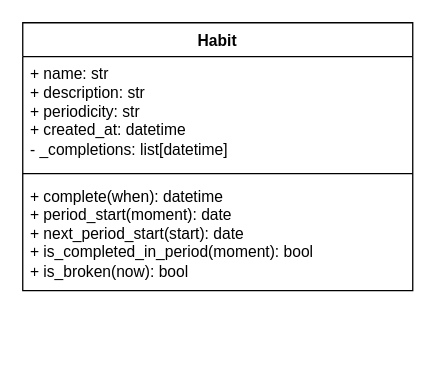
Above: OO & FP with Python - Figure 2 - Updated.drawio in Matasem-h/SimpleFlowcharts (draw.io), before the change. Source tidied: cells renumbered, new cells numbered last; positions are measured from the earlier drawing's top-left corner, leaving out a move shared by most shapes. Both pictures are drawn from the tidied source at 130%, with x=0, y=0 at pixel (22, 22).
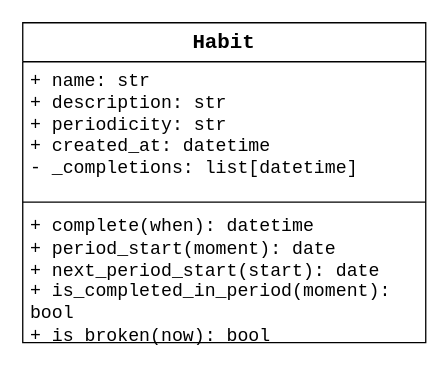
Above is the later version.

Diff of the diagram source:
```diff
@@
 <mxGraphModel>
   <root>
     <mxCell id="0" />
     <mxCell id="1" parent="0" />
-    <mxCell id="2" value="Habit" style="swimlane;fontStyle=1;align=center;verticalAlign=top;horizontal=1;startSize=26;whiteSpace=wrap;html=1;" parent="1" vertex="1">
-      <mxGeometry width="300" height="206" as="geometry" />
+    <mxCell id="2" value="&lt;div align=&quot;center&quot;&gt;&lt;font face=&quot;Consolas&quot; style=&quot;font-size: 16px;&quot;&gt;Habit&lt;/font&gt;&lt;/div&gt;" style="swimlane;fontStyle=1;align=center;verticalAlign=top;horizontal=1;startSize=30;whiteSpace=wrap;html=1;rounded=0;" parent="1" vertex="1">
+      <mxGeometry width="310" height="246" as="geometry" />
     </mxCell>
-    <mxCell id="3" value="&lt;div&gt;+ name: str&lt;/div&gt;&lt;div&gt;+ description: str&lt;/div&gt;&lt;div&gt;+ periodicity: str&lt;/div&gt;&lt;div&gt;+ created_at: datetime&lt;/div&gt;&lt;div&gt;- _completions: list[datetime]&lt;/div&gt;" style="text;strokeColor=none;fillColor=none;align=left;verticalAlign=top;spacingLeft=4;spacingRight=4;overflow=hidden;whiteSpace=wrap;html=1;" parent="2" vertex="1">
-      <mxGeometry y="26" width="300" height="86" as="geometry" />
+    <mxCell id="3" value="&lt;div&gt;&lt;font style=&quot;font-size: 14px;&quot; face=&quot;Consolas&quot;&gt;+ name: str&lt;/font&gt;&lt;/div&gt;&lt;div&gt;&lt;font style=&quot;font-size: 14px;&quot; face=&quot;Consolas&quot;&gt;+ description: str&lt;/font&gt;&lt;/div&gt;&lt;div&gt;&lt;font style=&quot;font-size: 14px;&quot; face=&quot;Consolas&quot;&gt;+ periodicity: str&lt;/font&gt;&lt;/div&gt;&lt;div&gt;&lt;font style=&quot;font-size: 14px;&quot; face=&quot;Consolas&quot;&gt;+ created_at: datetime&lt;/font&gt;&lt;/div&gt;&lt;div&gt;&lt;font style=&quot;font-size: 14px;&quot; face=&quot;Consolas&quot;&gt;- _completions: list[datetime]&lt;/font&gt;&lt;/div&gt;" style="text;strokeColor=none;fillColor=none;align=left;verticalAlign=top;spacingLeft=4;spacingRight=4;overflow=hidden;whiteSpace=wrap;html=1;rounded=0;" parent="2" vertex="1">
+      <mxGeometry y="30" width="310" height="104" as="geometry" />
     </mxCell>
-    <mxCell id="4" style="line;strokeWidth=1;fillColor=none;align=left;verticalAlign=middle;spacingTop=-1;spacingLeft=3;spacingRight=3;labelPosition=right;strokeColor=inherit;labelPerimeter=1;" parent="2" vertex="1">
-      <mxGeometry y="112" width="300" height="8" as="geometry" />
+    <mxCell id="4" style="line;strokeWidth=1;fillColor=none;align=left;verticalAlign=middle;spacingTop=-1;spacingLeft=3;spacingRight=3;labelPosition=right;strokeColor=inherit;labelPerimeter=1;rounded=0;" parent="2" vertex="1">
+      <mxGeometry y="134" width="310" height="8" as="geometry" />
     </mxCell>
-    <mxCell id="5" value="&lt;div&gt;+ complete(when): datetime&lt;/div&gt;&lt;div&gt;+ period_start(moment): date&lt;/div&gt;&lt;div&gt;+ next_period_start(start): date&lt;/div&gt;&lt;div&gt;+ is_completed_in_period(moment): bool&lt;/div&gt;&lt;div&gt;+ is_broken(now): bool&lt;/div&gt;" style="text;strokeColor=none;fillColor=none;align=left;verticalAlign=top;spacingLeft=4;spacingRight=4;overflow=hidden;whiteSpace=wrap;html=1;" parent="2" vertex="1">
-      <mxGeometry y="120" width="300" height="86" as="geometry" />
+    <mxCell id="5" value="&lt;div&gt;&lt;font style=&quot;font-size: 14px;&quot; face=&quot;Consolas&quot;&gt;+ complete(when): datetime&lt;/font&gt;&lt;/div&gt;&lt;div&gt;&lt;font style=&quot;font-size: 14px;&quot; face=&quot;Consolas&quot;&gt;+ period_start(moment): date&lt;/font&gt;&lt;/div&gt;&lt;div&gt;&lt;font style=&quot;font-size: 14px;&quot; face=&quot;Consolas&quot;&gt;+ next_period_start(start): date&lt;/font&gt;&lt;/div&gt;&lt;div&gt;&lt;font style=&quot;font-size: 14px;&quot; face=&quot;Consolas&quot;&gt;+ is_completed_in_period(moment): bool&lt;/font&gt;&lt;/div&gt;&lt;div&gt;&lt;font style=&quot;font-size: 14px;&quot; face=&quot;Consolas&quot;&gt;+ is_broken(now): bool&lt;/font&gt;&lt;/div&gt;" style="text;strokeColor=none;fillColor=none;align=left;verticalAlign=top;spacingLeft=4;spacingRight=4;overflow=hidden;whiteSpace=wrap;html=1;rounded=0;" parent="2" vertex="1">
+      <mxGeometry y="142" width="310" height="104" as="geometry" />
     </mxCell>
   </root>
 </mxGraphModel>
```
